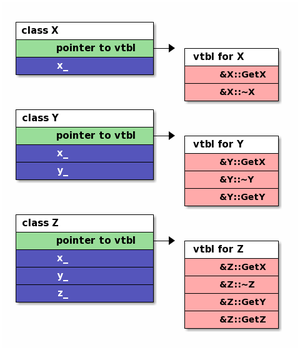
Above: plant_uml/class_layout.png in ichiroprogrammer/deep_cpp (PlantUML), before the change. Its source is kept beside it as plant_uml/class_layout.pu. The source it was exported from:
```plantuml
@startditaa -E

+---------------------+
|class X              |
+---------------------+
|cGRE pointer to vtbl +--> +--------------+
+---------------------+    |vtbl for X    |
|cBLU  x_             |    +--------------+
+---------------------+    |cPNK &X꞉꞉GetX |
                           +--------------+
                           |cPNK &X꞉꞉~X   |
                           +--------------+

+---------------------+
|class Y              |
+---------------------+
|cGRE pointer to vtbl +--> +--------------+
+---------------------+    |vtbl for Y    |
|cBLU  x_             |    +--------------+
+---------------------+    |cPNK &Y꞉꞉GetX |
|cBLU  y_             |    +--------------+
+---------------------+    |cPNK &Y꞉꞉~Y   |
                           +--------------+
                           |cPNK &Y꞉꞉GetY |
                           +--------------+

+---------------------+
|class Z              |
+---------------------+
|cGRE pointer to vtbl +--> +--------------+
+---------------------+    |vtbl for Z    |
|cBLU  x_             |    +--------------+
+---------------------+    |cPNK &Z꞉꞉GetX |
|cBLU  y_             |    +--------------+
+---------------------+    |cPNK &Z꞉꞉~Z   |
|cBLU  z_             |    +--------------+
+---------------------+    |cPNK &Z꞉꞉GetY |
                           +--------------+
                           |cPNK &Z꞉꞉GetZ |
                           +--------------+

@endditaa
```
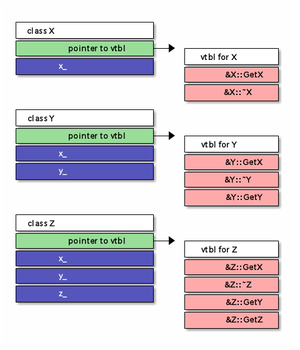
After the change.

The edit, as a diff of the source:
```diff
@@ -1,4 +1,4 @@
-@startditaa -E
+@startditaa
 
 +---------------------+
 |class X              |
```
